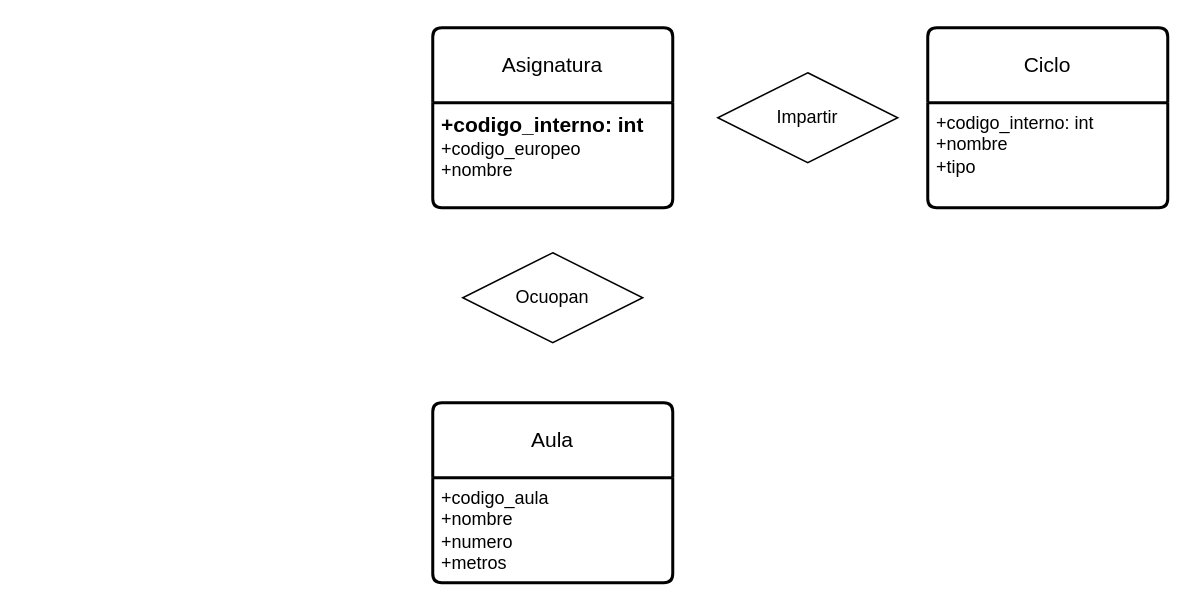
Before: ejercicio17.drawio in AsierGArranz/aga-sru-sa-t-UD12DiagramaER-11102023, a draw.io diagram. Source tidied: cells renumbered, new cells numbered last; positions are measured from the earlier drawing's top-left corner, leaving out a move shared by most shapes. Both pictures are drawn from the tidied source at 150%, with x=0, y=0 at pixel (432, 27).
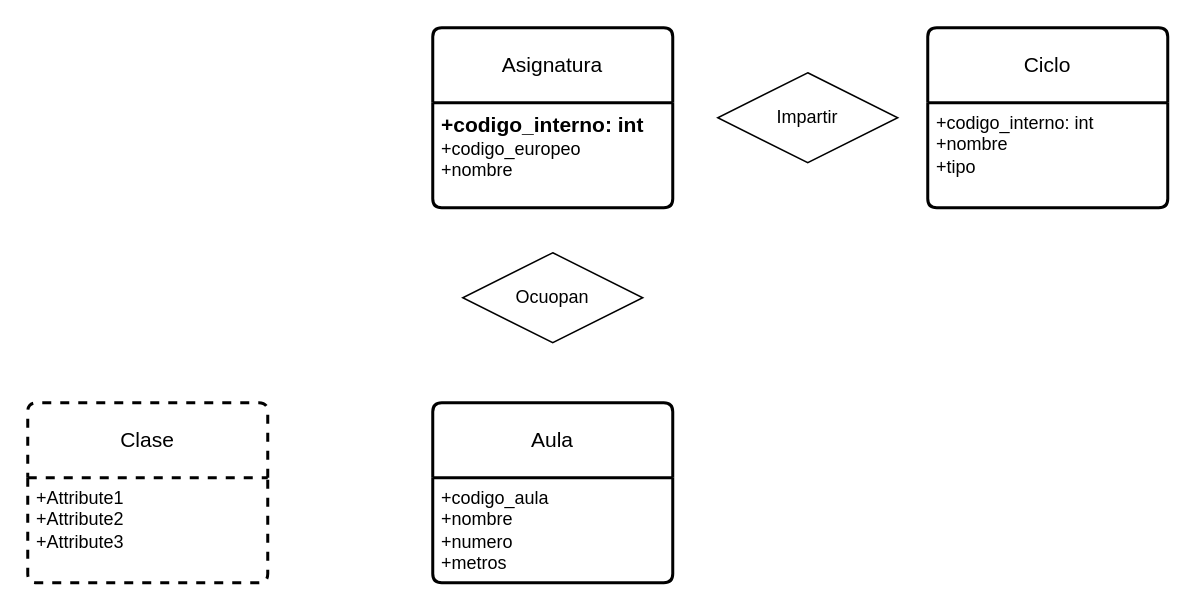
After the change.

The edit, as a diff of the source:
```diff
@@
 <mxGraphModel>
   <root>
     <mxCell id="0" />
     <mxCell id="1" parent="0" />
     <mxCell id="2" value="Aula" style="swimlane;horizontal=1;startSize=50;rounded=1;fontSize=14;fontStyle=0;strokeWidth=2;shadow=0;dashed=0;align=center;arcSize=4;whiteSpace=wrap;html=1;" parent="1" vertex="1">
       <mxGeometry y="250" width="160" height="120" as="geometry" />
     </mxCell>
     <mxCell id="3" value="+codigo_aula&lt;br&gt;+nombre&lt;br&gt;+numero&lt;br&gt;+metros" style="align=left;strokeColor=none;fillColor=none;spacingLeft=4;fontSize=12;verticalAlign=top;html=1;" parent="2" vertex="1">
       <mxGeometry y="50" width="160" height="70" as="geometry" />
     </mxCell>
     <mxCell id="4" value="Asignatura" style="swimlane;horizontal=1;startSize=50;rounded=1;fontSize=14;fontStyle=0;strokeWidth=2;shadow=0;dashed=0;align=center;arcSize=4;whiteSpace=wrap;html=1;" parent="1" vertex="1">
       <mxGeometry width="160" height="120" as="geometry" />
     </mxCell>
     <mxCell id="5" value="&lt;font style=&quot;font-size: 14px;&quot;&gt;&lt;b&gt;+codigo_interno: int&lt;/b&gt;&lt;/font&gt;&lt;br&gt;+codigo_europeo&lt;br&gt;+nombre" style="align=left;strokeColor=none;fillColor=none;spacingLeft=4;fontSize=12;verticalAlign=top;html=1;" parent="4" vertex="1">
       <mxGeometry y="50" width="160" height="70" as="geometry" />
     </mxCell>
     <mxCell id="6" value="Impartir" style="shape=rhombus;perimeter=rhombusPerimeter;whiteSpace=wrap;html=1;align=center;" parent="1" vertex="1">
       <mxGeometry x="190" y="30" width="120" height="60" as="geometry" />
     </mxCell>
     <mxCell id="7" value="Ciclo" style="swimlane;horizontal=1;startSize=50;rounded=1;fontSize=14;fontStyle=0;strokeWidth=2;shadow=0;dashed=0;align=center;arcSize=4;whiteSpace=wrap;html=1;" parent="1" vertex="1">
       <mxGeometry x="330" width="160" height="120" as="geometry" />
     </mxCell>
     <mxCell id="8" value="+codigo_interno: int&lt;br&gt;+nombre&lt;br&gt;+tipo" style="align=left;strokeColor=none;fillColor=none;spacingLeft=4;fontSize=12;verticalAlign=top;html=1;" parent="7" vertex="1">
       <mxGeometry y="50" width="160" height="70" as="geometry" />
     </mxCell>
     <mxCell id="9" value="Ocuopan" style="shape=rhombus;perimeter=rhombusPerimeter;whiteSpace=wrap;html=1;align=center;" parent="1" vertex="1">
       <mxGeometry x="20" y="150" width="120" height="60" as="geometry" />
     </mxCell>
+    <mxCell id="10" value="Clase" style="swimlane;horizontal=1;startSize=50;rounded=1;fontSize=14;fontStyle=0;strokeWidth=2;shadow=0;dashed=1;align=center;arcSize=4;whiteSpace=wrap;html=1;" parent="1" vertex="1">
+      <mxGeometry x="-270" y="250" width="160" height="120" as="geometry" />
+    </mxCell>
+    <mxCell id="11" value="+Attribute1&#10;+Attribute2&#10;+Attribute3" style="align=left;strokeColor=none;fillColor=none;spacingLeft=4;fontSize=12;verticalAlign=top;html=1;" parent="10" vertex="1">
+      <mxGeometry y="50" width="160" height="70" as="geometry" />
+    </mxCell>
   </root>
 </mxGraphModel>
```
